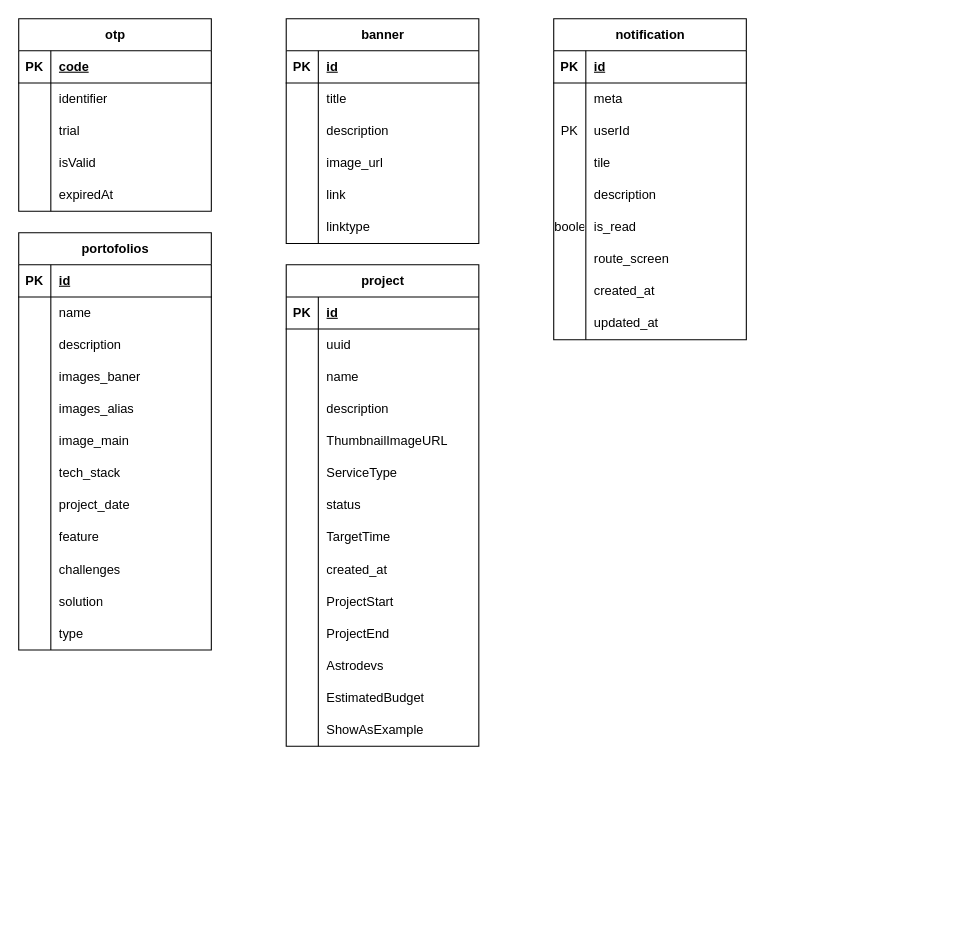
Above: starspace/db_codespacex.drawio in DemoNicky/technical-test (draw.io), before the change. Source tidied: cells renumbered, new cells numbered last; positions are measured from the earlier drawing's top-left corner, leaving out a move shared by most shapes. Both pictures are drawn from the tidied source at 107%, with x=0, y=0 at pixel (18, 18).
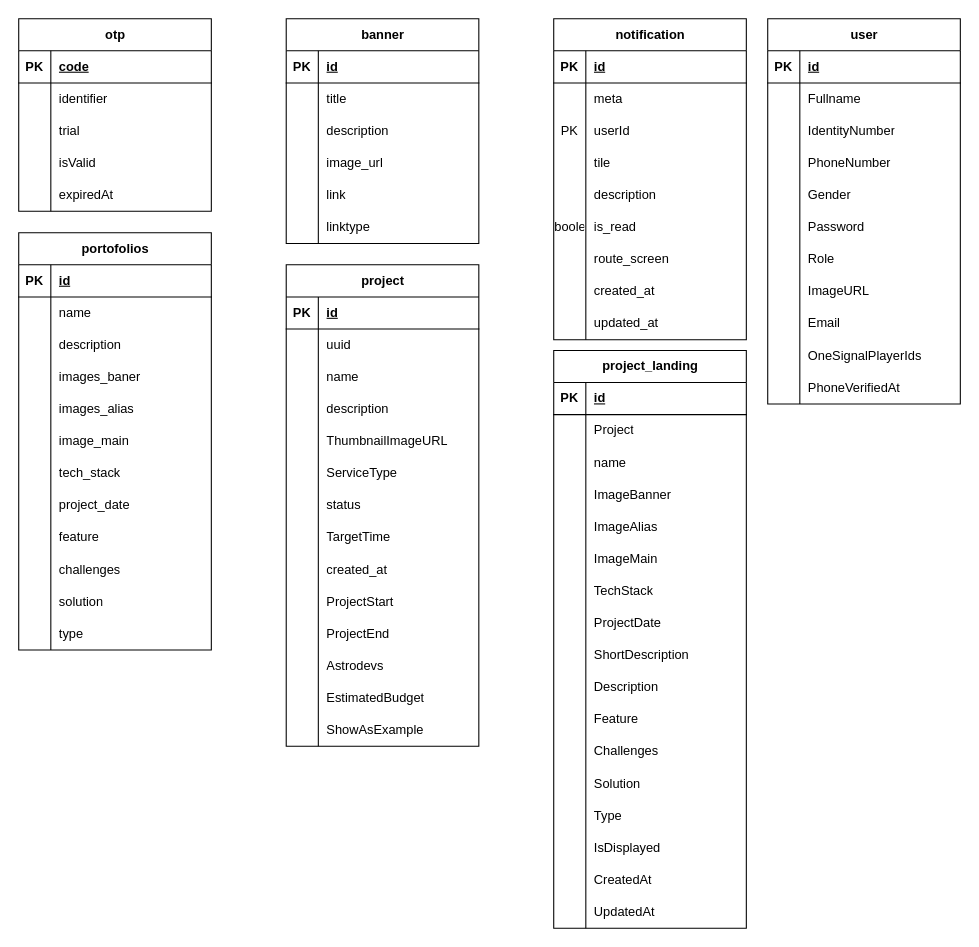
The same page after the edit.

Change to the diagram source:
```diff
@@
+    <mxCell id="145" value="project_landing" style="shape=table;startSize=30;childLayout=tableLayout;rowLines=0;fontStyle=1;align=center;html=1;" parent="1" vertex="1">
+      <mxGeometry x="500" y="310" width="180" height="540" as="geometry" />
+    </mxCell>
+    <mxCell id="146" style="shape=tableRow;horizontal=0;startSize=0;swimlaneHead=0;swimlaneBody=0;fillColor=none;top=0;left=0;right=0;bottom=1;" parent="145" vertex="1">
+      <mxGeometry y="30" width="180" height="30" as="geometry" />
+    </mxCell>
+    <mxCell id="147" value="PK" style="shape=partialRectangle;fillColor=none;top=0;left=0;bottom=0;right=0;fontStyle=1;overflow=hidden;whiteSpace=wrap;html=1;" parent="146" vertex="1">
+      <mxGeometry width="30" height="30" as="geometry" />
+    </mxCell>
+    <mxCell id="148" value="id" style="shape=partialRectangle;fillColor=none;top=0;left=0;bottom=0;right=0;align=left;spacingLeft=6;fontStyle=5;overflow=hidden;whiteSpace=wrap;html=1;" parent="146" vertex="1">
+      <mxGeometry x="30" width="150" height="30" as="geometry" />
+    </mxCell>
+    <mxCell id="149" style="shape=tableRow;horizontal=0;startSize=0;swimlaneHead=0;swimlaneBody=0;fillColor=none;top=0;left=0;right=0;bottom=0;" parent="145" vertex="1">
+      <mxGeometry y="60" width="180" height="30" as="geometry" />
+    </mxCell>
+    <mxCell id="150" style="shape=partialRectangle;fillColor=none;top=0;left=0;bottom=0;right=0;overflow=hidden;whiteSpace=wrap;html=1;" parent="149" vertex="1">
+      <mxGeometry width="30" height="30" as="geometry" />
+    </mxCell>
+    <mxCell id="151" value="Project" style="shape=partialRectangle;fillColor=none;top=0;left=0;bottom=0;right=0;align=left;spacingLeft=6;overflow=hidden;whiteSpace=wrap;html=1;" parent="149" vertex="1">
+      <mxGeometry x="30" width="150" height="30" as="geometry" />
+    </mxCell>
+    <mxCell id="152" style="shape=tableRow;horizontal=0;startSize=0;swimlaneHead=0;swimlaneBody=0;fillColor=none;top=0;left=0;right=0;bottom=0;" parent="145" vertex="1">
+      <mxGeometry y="90" width="180" height="30" as="geometry" />
+    </mxCell>
+    <mxCell id="153" style="shape=partialRectangle;fillColor=none;top=0;left=0;bottom=0;right=0;overflow=hidden;whiteSpace=wrap;html=1;" parent="152" vertex="1">
+      <mxGeometry width="30" height="30" as="geometry" />
+    </mxCell>
+    <mxCell id="154" value="name" style="shape=partialRectangle;fillColor=none;top=0;left=0;bottom=0;right=0;align=left;spacingLeft=6;overflow=hidden;whiteSpace=wrap;html=1;" parent="152" vertex="1">
+      <mxGeometry x="30" width="150" height="30" as="geometry" />
+    </mxCell>
+    <mxCell id="155" style="shape=tableRow;horizontal=0;startSize=0;swimlaneHead=0;swimlaneBody=0;fillColor=none;top=0;left=0;right=0;bottom=0;" parent="145" vertex="1">
+      <mxGeometry y="120" width="180" height="30" as="geometry" />
+    </mxCell>
+    <mxCell id="156" style="shape=partialRectangle;fillColor=none;top=0;left=0;bottom=0;right=0;overflow=hidden;whiteSpace=wrap;html=1;" parent="155" vertex="1">
+      <mxGeometry width="30" height="30" as="geometry" />
+    </mxCell>
+    <mxCell id="157" value="ImageBanner" style="shape=partialRectangle;fillColor=none;top=0;left=0;bottom=0;right=0;align=left;spacingLeft=6;overflow=hidden;whiteSpace=wrap;html=1;" parent="155" vertex="1">
+      <mxGeometry x="30" width="150" height="30" as="geometry" />
+    </mxCell>
+    <mxCell id="158" style="shape=tableRow;horizontal=0;startSize=0;swimlaneHead=0;swimlaneBody=0;fillColor=none;top=0;left=0;right=0;bottom=0;" parent="145" vertex="1">
+      <mxGeometry y="150" width="180" height="30" as="geometry" />
+    </mxCell>
+    <mxCell id="159" style="shape=partialRectangle;fillColor=none;top=0;left=0;bottom=0;right=0;overflow=hidden;whiteSpace=wrap;html=1;" parent="158" vertex="1">
+      <mxGeometry width="30" height="30" as="geometry" />
+    </mxCell>
+    <mxCell id="160" value="ImageAlias" style="shape=partialRectangle;fillColor=none;top=0;left=0;bottom=0;right=0;align=left;spacingLeft=6;overflow=hidden;whiteSpace=wrap;html=1;" parent="158" vertex="1">
+      <mxGeometry x="30" width="150" height="30" as="geometry" />
+    </mxCell>
+    <mxCell id="161" style="shape=tableRow;horizontal=0;startSize=0;swimlaneHead=0;swimlaneBody=0;fillColor=none;top=0;left=0;right=0;bottom=0;" parent="145" vertex="1">
+      <mxGeometry y="180" width="180" height="30" as="geometry" />
+    </mxCell>
+    <mxCell id="162" style="shape=partialRectangle;fillColor=none;top=0;left=0;bottom=0;right=0;overflow=hidden;whiteSpace=wrap;html=1;" parent="161" vertex="1">
+      <mxGeometry width="30" height="30" as="geometry" />
+    </mxCell>
+    <mxCell id="163" value="ImageMain" style="shape=partialRectangle;fillColor=none;top=0;left=0;bottom=0;right=0;align=left;spacingLeft=6;overflow=hidden;whiteSpace=wrap;html=1;" parent="161" vertex="1">
+      <mxGeometry x="30" width="150" height="30" as="geometry" />
+    </mxCell>
+    <mxCell id="164" style="shape=tableRow;horizontal=0;startSize=0;swimlaneHead=0;swimlaneBody=0;fillColor=none;top=0;left=0;right=0;bottom=0;" parent="145" vertex="1">
+      <mxGeometry y="210" width="180" height="30" as="geometry" />
+    </mxCell>
+    <mxCell id="165" style="shape=partialRectangle;fillColor=none;top=0;left=0;bottom=0;right=0;overflow=hidden;whiteSpace=wrap;html=1;" parent="164" vertex="1">
+      <mxGeometry width="30" height="30" as="geometry" />
+    </mxCell>
+    <mxCell id="166" value="TechStack" style="shape=partialRectangle;fillColor=none;top=0;left=0;bottom=0;right=0;align=left;spacingLeft=6;overflow=hidden;whiteSpace=wrap;html=1;" parent="164" vertex="1">
+      <mxGeometry x="30" width="150" height="30" as="geometry" />
+    </mxCell>
+    <mxCell id="167" style="shape=tableRow;horizontal=0;startSize=0;swimlaneHead=0;swimlaneBody=0;fillColor=none;top=0;left=0;right=0;bottom=0;" parent="145" vertex="1">
+      <mxGeometry y="240" width="180" height="30" as="geometry" />
+    </mxCell>
+    <mxCell id="168" style="shape=partialRectangle;fillColor=none;top=0;left=0;bottom=0;right=0;overflow=hidden;whiteSpace=wrap;html=1;" parent="167" vertex="1">
+      <mxGeometry width="30" height="30" as="geometry" />
+    </mxCell>
+    <mxCell id="169" value="ProjectDate" style="shape=partialRectangle;fillColor=none;top=0;left=0;bottom=0;right=0;align=left;spacingLeft=6;overflow=hidden;whiteSpace=wrap;html=1;" parent="167" vertex="1">
+      <mxGeometry x="30" width="150" height="30" as="geometry" />
+    </mxCell>
+    <mxCell id="170" style="shape=tableRow;horizontal=0;startSize=0;swimlaneHead=0;swimlaneBody=0;fillColor=none;top=0;left=0;right=0;bottom=0;" parent="145" vertex="1">
+      <mxGeometry y="270" width="180" height="30" as="geometry" />
+    </mxCell>
+    <mxCell id="171" style="shape=partialRectangle;fillColor=none;top=0;left=0;bottom=0;right=0;overflow=hidden;whiteSpace=wrap;html=1;" parent="170" vertex="1">
+      <mxGeometry width="30" height="30" as="geometry" />
+    </mxCell>
+    <mxCell id="172" value="ShortDescription" style="shape=partialRectangle;fillColor=none;top=0;left=0;bottom=0;right=0;align=left;spacingLeft=6;overflow=hidden;whiteSpace=wrap;html=1;" parent="170" vertex="1">
+      <mxGeometry x="30" width="150" height="30" as="geometry" />
+    </mxCell>
+    <mxCell id="173" style="shape=tableRow;horizontal=0;startSize=0;swimlaneHead=0;swimlaneBody=0;fillColor=none;top=0;left=0;right=0;bottom=0;" parent="145" vertex="1">
+      <mxGeometry y="300" width="180" height="30" as="geometry" />
+    </mxCell>
+    <mxCell id="174" style="shape=partialRectangle;fillColor=none;top=0;left=0;bottom=0;right=0;overflow=hidden;whiteSpace=wrap;html=1;" parent="173" vertex="1">
+      <mxGeometry width="30" height="30" as="geometry" />
+    </mxCell>
+    <mxCell id="175" value="Description" style="shape=partialRectangle;fillColor=none;top=0;left=0;bottom=0;right=0;align=left;spacingLeft=6;overflow=hidden;whiteSpace=wrap;html=1;" parent="173" vertex="1">
+      <mxGeometry x="30" width="150" height="30" as="geometry" />
+    </mxCell>
+    <mxCell id="176" style="shape=tableRow;horizontal=0;startSize=0;swimlaneHead=0;swimlaneBody=0;fillColor=none;top=0;left=0;right=0;bottom=0;" parent="145" vertex="1">
+      <mxGeometry y="330" width="180" height="30" as="geometry" />
+    </mxCell>
+    <mxCell id="177" style="shape=partialRectangle;fillColor=none;top=0;left=0;bottom=0;right=0;overflow=hidden;whiteSpace=wrap;html=1;" parent="176" vertex="1">
+      <mxGeometry width="30" height="30" as="geometry" />
+    </mxCell>
+    <mxCell id="178" value="Feature" style="shape=partialRectangle;fillColor=none;top=0;left=0;bottom=0;right=0;align=left;spacingLeft=6;overflow=hidden;whiteSpace=wrap;html=1;" parent="176" vertex="1">
+      <mxGeometry x="30" width="150" height="30" as="geometry" />
+    </mxCell>
+    <mxCell id="179" style="shape=tableRow;horizontal=0;startSize=0;swimlaneHead=0;swimlaneBody=0;fillColor=none;top=0;left=0;right=0;bottom=0;" parent="145" vertex="1">
+      <mxGeometry y="360" width="180" height="30" as="geometry" />
+    </mxCell>
+    <mxCell id="180" style="shape=partialRectangle;fillColor=none;top=0;left=0;bottom=0;right=0;overflow=hidden;whiteSpace=wrap;html=1;" parent="179" vertex="1">
+      <mxGeometry width="30" height="30" as="geometry" />
+    </mxCell>
+    <mxCell id="181" value="Challenges" style="shape=partialRectangle;fillColor=none;top=0;left=0;bottom=0;right=0;align=left;spacingLeft=6;overflow=hidden;whiteSpace=wrap;html=1;" parent="179" vertex="1">
+      <mxGeometry x="30" width="150" height="30" as="geometry" />
+    </mxCell>
+    <mxCell id="182" style="shape=tableRow;horizontal=0;startSize=0;swimlaneHead=0;swimlaneBody=0;fillColor=none;top=0;left=0;right=0;bottom=0;" parent="145" vertex="1">
+      <mxGeometry y="390" width="180" height="30" as="geometry" />
+    </mxCell>
+    <mxCell id="183" style="shape=partialRectangle;fillColor=none;top=0;left=0;bottom=0;right=0;overflow=hidden;whiteSpace=wrap;html=1;" parent="182" vertex="1">
+      <mxGeometry width="30" height="30" as="geometry" />
+    </mxCell>
+    <mxCell id="184" value="Solution" style="shape=partialRectangle;fillColor=none;top=0;left=0;bottom=0;right=0;align=left;spacingLeft=6;overflow=hidden;whiteSpace=wrap;html=1;" parent="182" vertex="1">
+      <mxGeometry x="30" width="150" height="30" as="geometry" />
+    </mxCell>
+    <mxCell id="185" style="shape=tableRow;horizontal=0;startSize=0;swimlaneHead=0;swimlaneBody=0;fillColor=none;top=0;left=0;right=0;bottom=0;" parent="145" vertex="1">
+      <mxGeometry y="420" width="180" height="30" as="geometry" />
+    </mxCell>
+    <mxCell id="186" style="shape=partialRectangle;fillColor=none;top=0;left=0;bottom=0;right=0;overflow=hidden;whiteSpace=wrap;html=1;" parent="185" vertex="1">
+      <mxGeometry width="30" height="30" as="geometry" />
+    </mxCell>
+    <mxCell id="187" value="Type" style="shape=partialRectangle;fillColor=none;top=0;left=0;bottom=0;right=0;align=left;spacingLeft=6;overflow=hidden;whiteSpace=wrap;html=1;" parent="185" vertex="1">
+      <mxGeometry x="30" width="150" height="30" as="geometry" />
+    </mxCell>
+    <mxCell id="188" style="shape=tableRow;horizontal=0;startSize=0;swimlaneHead=0;swimlaneBody=0;fillColor=none;top=0;left=0;right=0;bottom=0;" parent="145" vertex="1">
+      <mxGeometry y="450" width="180" height="30" as="geometry" />
+    </mxCell>
+    <mxCell id="189" style="shape=partialRectangle;fillColor=none;top=0;left=0;bottom=0;right=0;overflow=hidden;whiteSpace=wrap;html=1;" parent="188" vertex="1">
+      <mxGeometry width="30" height="30" as="geometry" />
+    </mxCell>
+    <mxCell id="190" value="IsDisplayed" style="shape=partialRectangle;fillColor=none;top=0;left=0;bottom=0;right=0;align=left;spacingLeft=6;overflow=hidden;whiteSpace=wrap;html=1;" parent="188" vertex="1">
+      <mxGeometry x="30" width="150" height="30" as="geometry" />
+    </mxCell>
+    <mxCell id="191" style="shape=tableRow;horizontal=0;startSize=0;swimlaneHead=0;swimlaneBody=0;fillColor=none;top=0;left=0;right=0;bottom=0;" parent="145" vertex="1">
+      <mxGeometry y="480" width="180" height="30" as="geometry" />
+    </mxCell>
+    <mxCell id="192" style="shape=partialRectangle;fillColor=none;top=0;left=0;bottom=0;right=0;overflow=hidden;whiteSpace=wrap;html=1;" parent="191" vertex="1">
+      <mxGeometry width="30" height="30" as="geometry" />
+    </mxCell>
+    <mxCell id="193" value="CreatedAt" style="shape=partialRectangle;fillColor=none;top=0;left=0;bottom=0;right=0;align=left;spacingLeft=6;overflow=hidden;whiteSpace=wrap;html=1;" parent="191" vertex="1">
+      <mxGeometry x="30" width="150" height="30" as="geometry" />
+    </mxCell>
+    <mxCell id="194" style="shape=tableRow;horizontal=0;startSize=0;swimlaneHead=0;swimlaneBody=0;fillColor=none;top=0;left=0;right=0;bottom=0;" parent="145" vertex="1">
+      <mxGeometry y="510" width="180" height="30" as="geometry" />
+    </mxCell>
+    <mxCell id="195" style="shape=partialRectangle;fillColor=none;top=0;left=0;bottom=0;right=0;overflow=hidden;whiteSpace=wrap;html=1;" parent="194" vertex="1">
+      <mxGeometry width="30" height="30" as="geometry" />
+    </mxCell>
+    <mxCell id="196" value="UpdatedAt" style="shape=partialRectangle;fillColor=none;top=0;left=0;bottom=0;right=0;align=left;spacingLeft=6;overflow=hidden;whiteSpace=wrap;html=1;" parent="194" vertex="1">
+      <mxGeometry x="30" width="150" height="30" as="geometry" />
+    </mxCell>
+    <mxCell id="197" value="user" style="shape=table;startSize=30;childLayout=tableLayout;rowLines=0;fontStyle=1;align=center;html=1;" parent="1" vertex="1">
+      <mxGeometry x="700" width="180" height="360" as="geometry" />
+    </mxCell>
+    <mxCell id="198" style="shape=tableRow;horizontal=0;startSize=0;swimlaneHead=0;swimlaneBody=0;fillColor=none;top=0;left=0;right=0;bottom=1;" parent="197" vertex="1">
+      <mxGeometry y="30" width="180" height="30" as="geometry" />
+    </mxCell>
+    <mxCell id="199" value="PK" style="shape=partialRectangle;fillColor=none;top=0;left=0;bottom=0;right=0;fontStyle=1;overflow=hidden;whiteSpace=wrap;html=1;" parent="198" vertex="1">
+      <mxGeometry width="30" height="30" as="geometry" />
+    </mxCell>
+    <mxCell id="200" value="id" style="shape=partialRectangle;fillColor=none;top=0;left=0;bottom=0;right=0;align=left;spacingLeft=6;fontStyle=5;overflow=hidden;whiteSpace=wrap;html=1;" parent="198" vertex="1">
+      <mxGeometry x="30" width="150" height="30" as="geometry" />
+    </mxCell>
+    <mxCell id="201" style="shape=tableRow;horizontal=0;startSize=0;swimlaneHead=0;swimlaneBody=0;fillColor=none;top=0;left=0;right=0;bottom=0;" parent="197" vertex="1">
+      <mxGeometry y="60" width="180" height="30" as="geometry" />
+    </mxCell>
+    <mxCell id="202" style="shape=partialRectangle;fillColor=none;top=0;left=0;bottom=0;right=0;overflow=hidden;whiteSpace=wrap;html=1;" parent="201" vertex="1">
+      <mxGeometry width="30" height="30" as="geometry" />
+    </mxCell>
+    <mxCell id="203" value="Fullname" style="shape=partialRectangle;fillColor=none;top=0;left=0;bottom=0;right=0;align=left;spacingLeft=6;overflow=hidden;whiteSpace=wrap;html=1;" parent="201" vertex="1">
+      <mxGeometry x="30" width="150" height="30" as="geometry" />
+    </mxCell>
+    <mxCell id="204" style="shape=tableRow;horizontal=0;startSize=0;swimlaneHead=0;swimlaneBody=0;fillColor=none;top=0;left=0;right=0;bottom=0;" parent="197" vertex="1">
+      <mxGeometry y="90" width="180" height="30" as="geometry" />
+    </mxCell>
+    <mxCell id="205" style="shape=partialRectangle;fillColor=none;top=0;left=0;bottom=0;right=0;overflow=hidden;whiteSpace=wrap;html=1;" parent="204" vertex="1">
+      <mxGeometry width="30" height="30" as="geometry" />
+    </mxCell>
+    <mxCell id="206" value="IdentityNumber" style="shape=partialRectangle;fillColor=none;top=0;left=0;bottom=0;right=0;align=left;spacingLeft=6;overflow=hidden;whiteSpace=wrap;html=1;" parent="204" vertex="1">
+      <mxGeometry x="30" width="150" height="30" as="geometry" />
+    </mxCell>
+    <mxCell id="207" style="shape=tableRow;horizontal=0;startSize=0;swimlaneHead=0;swimlaneBody=0;fillColor=none;top=0;left=0;right=0;bottom=0;" parent="197" vertex="1">
+      <mxGeometry y="120" width="180" height="30" as="geometry" />
+    </mxCell>
+    <mxCell id="208" style="shape=partialRectangle;fillColor=none;top=0;left=0;bottom=0;right=0;overflow=hidden;whiteSpace=wrap;html=1;" parent="207" vertex="1">
+      <mxGeometry width="30" height="30" as="geometry" />
+    </mxCell>
+    <mxCell id="209" value="PhoneNumber" style="shape=partialRectangle;fillColor=none;top=0;left=0;bottom=0;right=0;align=left;spacingLeft=6;overflow=hidden;whiteSpace=wrap;html=1;" parent="207" vertex="1">
+      <mxGeometry x="30" width="150" height="30" as="geometry" />
+    </mxCell>
+    <mxCell id="210" style="shape=tableRow;horizontal=0;startSize=0;swimlaneHead=0;swimlaneBody=0;fillColor=none;top=0;left=0;right=0;bottom=0;" parent="197" vertex="1">
+      <mxGeometry y="150" width="180" height="30" as="geometry" />
+    </mxCell>
+    <mxCell id="211" style="shape=partialRectangle;fillColor=none;top=0;left=0;bottom=0;right=0;overflow=hidden;whiteSpace=wrap;html=1;" parent="210" vertex="1">
+      <mxGeometry width="30" height="30" as="geometry" />
+    </mxCell>
+    <mxCell id="212" value="Gender" style="shape=partialRectangle;fillColor=none;top=0;left=0;bottom=0;right=0;align=left;spacingLeft=6;overflow=hidden;whiteSpace=wrap;html=1;" parent="210" vertex="1">
+      <mxGeometry x="30" width="150" height="30" as="geometry" />
+    </mxCell>
+    <mxCell id="213" style="shape=tableRow;horizontal=0;startSize=0;swimlaneHead=0;swimlaneBody=0;fillColor=none;top=0;left=0;right=0;bottom=0;" parent="197" vertex="1">
+      <mxGeometry y="180" width="180" height="30" as="geometry" />
+    </mxCell>
+    <mxCell id="214" style="shape=partialRectangle;fillColor=none;top=0;left=0;bottom=0;right=0;overflow=hidden;whiteSpace=wrap;html=1;" parent="213" vertex="1">
+      <mxGeometry width="30" height="30" as="geometry" />
+    </mxCell>
+    <mxCell id="215" value="Password" style="shape=partialRectangle;fillColor=none;top=0;left=0;bottom=0;right=0;align=left;spacingLeft=6;overflow=hidden;whiteSpace=wrap;html=1;" parent="213" vertex="1">
+      <mxGeometry x="30" width="150" height="30" as="geometry" />
+    </mxCell>
+    <mxCell id="216" style="shape=tableRow;horizontal=0;startSize=0;swimlaneHead=0;swimlaneBody=0;fillColor=none;top=0;left=0;right=0;bottom=0;" parent="197" vertex="1">
+      <mxGeometry y="210" width="180" height="30" as="geometry" />
+    </mxCell>
+    <mxCell id="217" style="shape=partialRectangle;fillColor=none;top=0;left=0;bottom=0;right=0;overflow=hidden;whiteSpace=wrap;html=1;" parent="216" vertex="1">
+      <mxGeometry width="30" height="30" as="geometry" />
+    </mxCell>
+    <mxCell id="218" value="Role" style="shape=partialRectangle;fillColor=none;top=0;left=0;bottom=0;right=0;align=left;spacingLeft=6;overflow=hidden;whiteSpace=wrap;html=1;" parent="216" vertex="1">
+      <mxGeometry x="30" width="150" height="30" as="geometry" />
+    </mxCell>
+    <mxCell id="219" style="shape=tableRow;horizontal=0;startSize=0;swimlaneHead=0;swimlaneBody=0;fillColor=none;top=0;left=0;right=0;bottom=0;" parent="197" vertex="1">
+      <mxGeometry y="240" width="180" height="30" as="geometry" />
+    </mxCell>
+    <mxCell id="220" style="shape=partialRectangle;fillColor=none;top=0;left=0;bottom=0;right=0;overflow=hidden;whiteSpace=wrap;html=1;" parent="219" vertex="1">
+      <mxGeometry width="30" height="30" as="geometry" />
+    </mxCell>
+    <mxCell id="221" value="ImageURL" style="shape=partialRectangle;fillColor=none;top=0;left=0;bottom=0;right=0;align=left;spacingLeft=6;overflow=hidden;whiteSpace=wrap;html=1;" parent="219" vertex="1">
+      <mxGeometry x="30" width="150" height="30" as="geometry" />
+    </mxCell>
+    <mxCell id="222" style="shape=tableRow;horizontal=0;startSize=0;swimlaneHead=0;swimlaneBody=0;fillColor=none;top=0;left=0;right=0;bottom=0;" parent="197" vertex="1">
+      <mxGeometry y="270" width="180" height="30" as="geometry" />
+    </mxCell>
+    <mxCell id="223" style="shape=partialRectangle;fillColor=none;top=0;left=0;bottom=0;right=0;overflow=hidden;whiteSpace=wrap;html=1;" parent="222" vertex="1">
+      <mxGeometry width="30" height="30" as="geometry" />
+    </mxCell>
+    <mxCell id="224" value="Email" style="shape=partialRectangle;fillColor=none;top=0;left=0;bottom=0;right=0;align=left;spacingLeft=6;overflow=hidden;whiteSpace=wrap;html=1;" parent="222" vertex="1">
+      <mxGeometry x="30" width="150" height="30" as="geometry" />
+    </mxCell>
+    <mxCell id="225" style="shape=tableRow;horizontal=0;startSize=0;swimlaneHead=0;swimlaneBody=0;fillColor=none;top=0;left=0;right=0;bottom=0;" parent="197" vertex="1">
+      <mxGeometry y="300" width="180" height="30" as="geometry" />
+    </mxCell>
+    <mxCell id="226" style="shape=partialRectangle;fillColor=none;top=0;left=0;bottom=0;right=0;overflow=hidden;whiteSpace=wrap;html=1;" parent="225" vertex="1">
+      <mxGeometry width="30" height="30" as="geometry" />
+    </mxCell>
+    <mxCell id="227" value="OneSignalPlayerIds" style="shape=partialRectangle;fillColor=none;top=0;left=0;bottom=0;right=0;align=left;spacingLeft=6;overflow=hidden;whiteSpace=wrap;html=1;" parent="225" vertex="1">
+      <mxGeometry x="30" width="150" height="30" as="geometry" />
+    </mxCell>
+    <mxCell id="228" style="shape=tableRow;horizontal=0;startSize=0;swimlaneHead=0;swimlaneBody=0;fillColor=none;top=0;left=0;right=0;bottom=0;" parent="197" vertex="1">
+      <mxGeometry y="330" width="180" height="30" as="geometry" />
+    </mxCell>
+    <mxCell id="229" style="shape=partialRectangle;fillColor=none;top=0;left=0;bottom=0;right=0;overflow=hidden;whiteSpace=wrap;html=1;" parent="228" vertex="1">
+      <mxGeometry width="30" height="30" as="geometry" />
+    </mxCell>
+    <mxCell id="230" value="PhoneVerifiedAt" style="shape=partialRectangle;fillColor=none;top=0;left=0;bottom=0;right=0;align=left;spacingLeft=6;overflow=hidden;whiteSpace=wrap;html=1;" parent="228" vertex="1">
+      <mxGeometry x="30" width="150" height="30" as="geometry" />
+    </mxCell>
```
